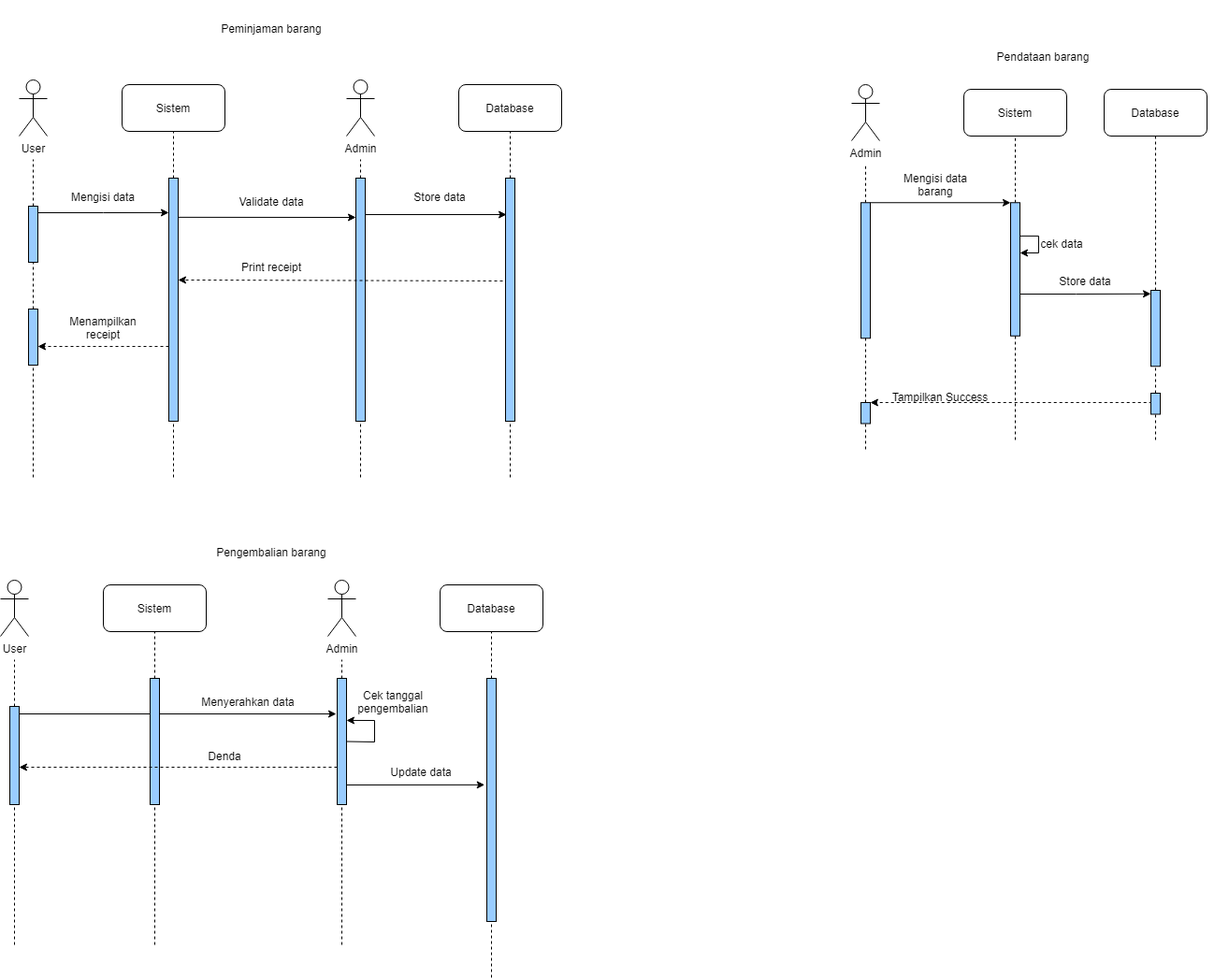
This is diagrams/Sequence Diagram.drawio.png from johannfac/aplikasipeminjamanaset, a draw.io export, as it was before one commit. Source tidied: cells renumbered, new cells last; positions are measured from the earlier drawing's top-left corner, leaving out a move shared by most shapes.
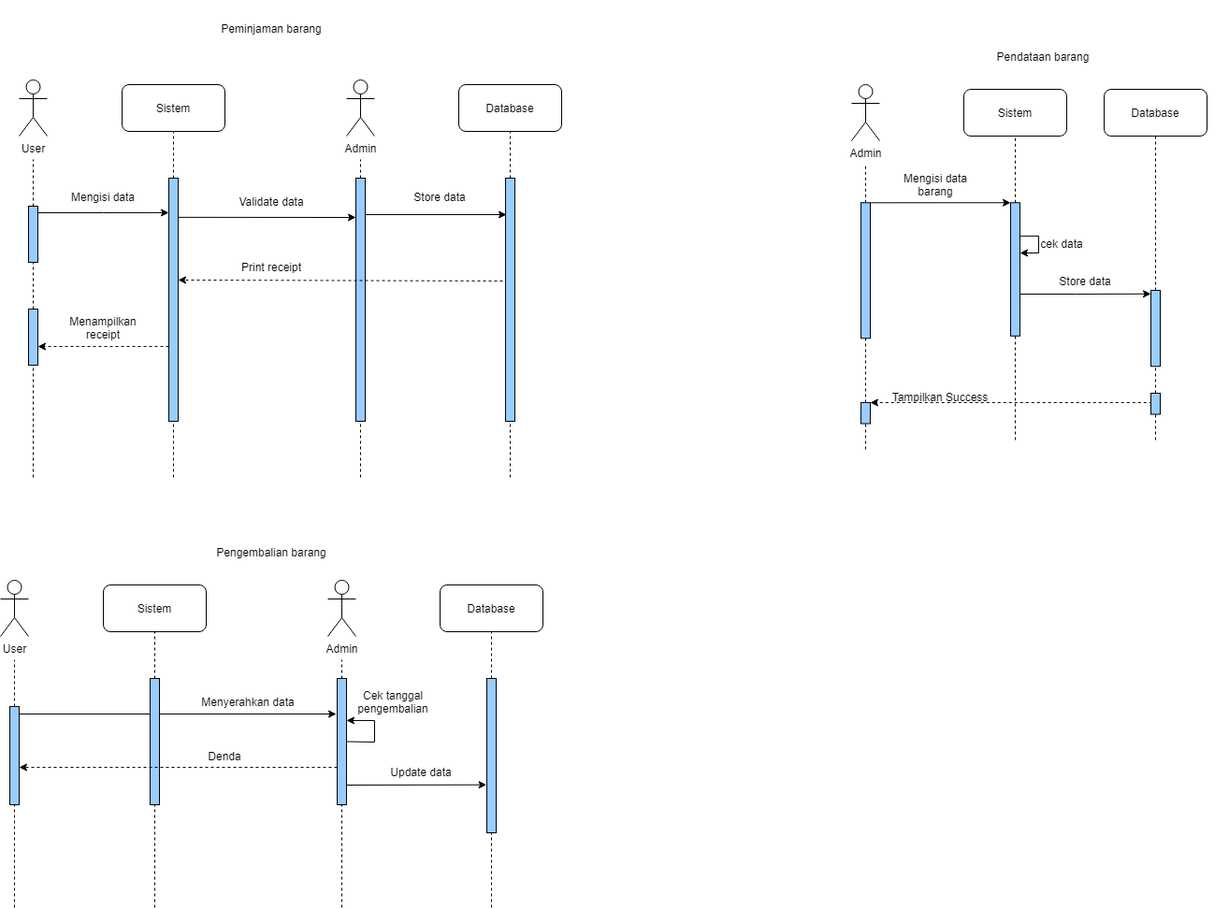
After the change.

Diff of the diagram source:
```diff
@@ -265,11 +265,11 @@
       <mxGeometry relative="1" as="geometry" />
     </mxCell>
     <mxCell id="68" style="rounded=0;whiteSpace=wrap;html=1;fillColor=#99CCFF;" parent="1" vertex="1">
-      <mxGeometry x="520" y="725" width="10" height="260" as="geometry" />
+      <mxGeometry x="520" y="725" width="10" height="165" as="geometry" />
     </mxCell>
     <mxCell id="69" style="endArrow=none;dashed=1;html=1;rounded=0;entryX=0.5;entryY=1;entryDx=0;entryDy=0;" parent="1" edge="1" target="68">
       <mxGeometry relative="1" as="geometry">
-        <mxPoint x="525" y="1045" as="sourcePoint" />
+        <mxPoint x="525" y="970" as="sourcePoint" />
       </mxGeometry>
     </mxCell>
     <mxCell id="70" style="edgeStyle=orthogonalEdgeStyle;rounded=0;orthogonalLoop=1;jettySize=auto;html=1;" parent="1" edge="1">
@@ -286,7 +286,7 @@
     </mxCell>
     <mxCell id="72" style="endArrow=none;dashed=1;html=1;rounded=0;startArrow=none;" parent="1" edge="1" target="71">
       <mxGeometry relative="1" as="geometry">
-        <mxPoint x="15" y="1010" as="sourcePoint" />
+        <mxPoint x="15" y="970" as="sourcePoint" />
       </mxGeometry>
     </mxCell>
     <mxCell id="73" style="rounded=0;whiteSpace=wrap;html=1;fillColor=#99CCFF;" parent="1" vertex="1">
@@ -294,7 +294,7 @@
     </mxCell>
     <mxCell id="74" style="endArrow=none;dashed=1;html=1;rounded=0;entryX=0.5;entryY=1;entryDx=0;entryDy=0;" parent="1" edge="1" target="73">
       <mxGeometry relative="1" as="geometry">
-        <mxPoint x="165" y="1010" as="sourcePoint" />
+        <mxPoint x="165" y="970" as="sourcePoint" />
       </mxGeometry>
     </mxCell>
     <mxCell id="75" style="rounded=0;whiteSpace=wrap;html=1;fillColor=#99CCFF;" parent="1" vertex="1">
@@ -302,7 +302,7 @@
     </mxCell>
     <mxCell id="76" style="endArrow=none;dashed=1;html=1;rounded=0;entryX=0.5;entryY=1;entryDx=0;entryDy=0;" parent="1" edge="1" target="75">
       <mxGeometry relative="1" as="geometry">
-        <mxPoint x="365" y="1010" as="sourcePoint" />
+        <mxPoint x="365" y="970" as="sourcePoint" />
       </mxGeometry>
     </mxCell>
     <mxCell id="77" value="Menyerahkan data" style="text;html=1;strokeColor=none;fillColor=none;align=center;verticalAlign=middle;whiteSpace=wrap;rounded=0;" parent="1" vertex="1">
@@ -334,7 +334,7 @@
     <mxCell id="83" value="Update data" style="text;html=1;strokeColor=none;fillColor=none;align=center;verticalAlign=middle;whiteSpace=wrap;rounded=0;" parent="1" vertex="1">
       <mxGeometry x="400" y="810" width="100" height="30" as="geometry" />
     </mxCell>
-    <mxCell id="84" style="endArrow=classic;html=1;rounded=0;entryX=-0.229;entryY=0.438;entryDx=0;entryDy=0;entryPerimeter=0;" parent="1" edge="1" target="68">
+    <mxCell id="84" style="endArrow=classic;html=1;rounded=0;entryX=-0.038;entryY=0.689;entryDx=0;entryDy=0;entryPerimeter=0;" parent="1" edge="1" target="68">
       <mxGeometry relative="1" as="geometry">
         <mxPoint x="370" y="839" as="sourcePoint" />
       </mxGeometry>
```
